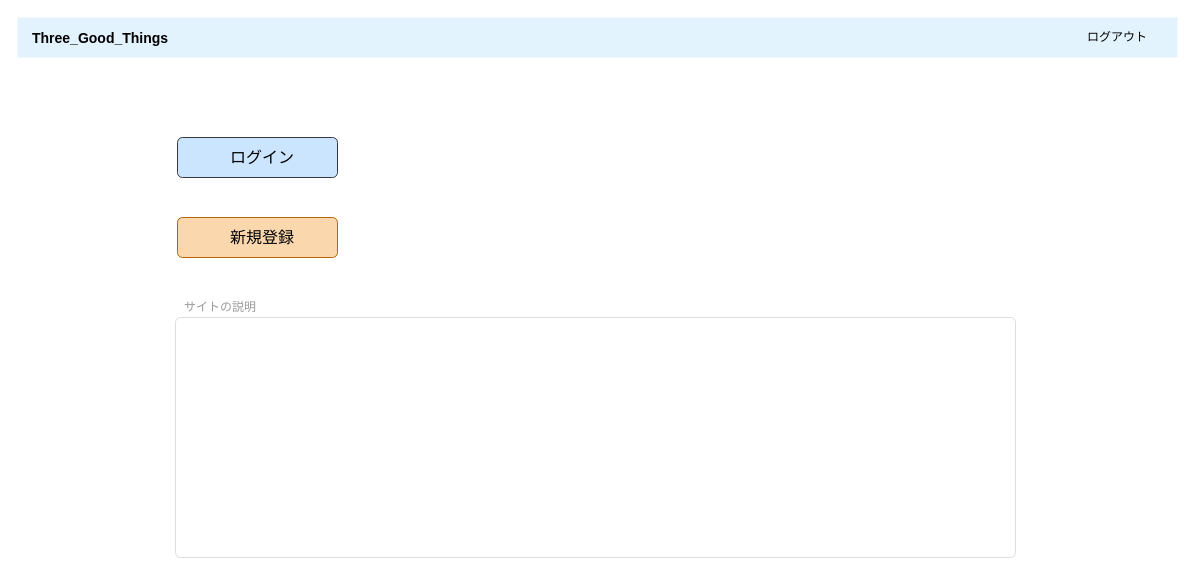
Above: page "トップページ" (1 of 5) of 名称未設定ファイル.drawio in omoikanelulu/Three_good_things (draw.io), before the change. Source tidied: cells renumbered, new cells numbered last; positions are measured from the earlier drawing's top-left corner, leaving out a move shared by most shapes. Both pictures are drawn from the tidied source at 100%, with x=0, y=0 at pixel (17, 17).
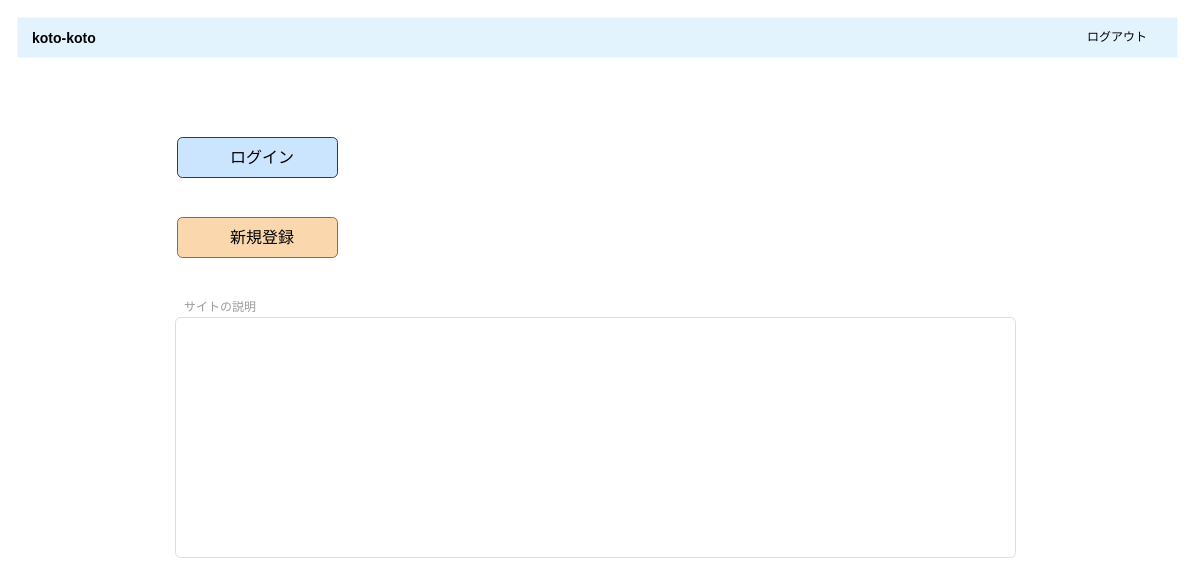
Above is the later version.

Commit message (it also covers changes not shown here):
koto-kotoに変更

What changed in the source:
```diff
@@
 <mxGraphModel background="#ffffff">
   <root>
     <mxCell id="0" />
     <mxCell id="1" parent="0" />
-    <mxCell id="2" value="&lt;b style=&quot;color: rgb(0, 0, 0); font-size: 14px; text-align: center;&quot;&gt;Three_Good_Things&lt;/b&gt;" style="html=1;shadow=0;dashed=0;fillColor=#E3F3FD;strokeColor=none;fontSize=16;fontColor=#161819;align=left;spacing=15;" parent="1" vertex="1">
+    <mxCell id="2" value="&lt;b style=&quot;color: rgb(0, 0, 0); font-size: 14px; text-align: center;&quot;&gt;koto-koto&lt;/b&gt;" style="html=1;shadow=0;dashed=0;fillColor=#E3F3FD;strokeColor=none;fontSize=16;fontColor=#161819;align=left;spacing=15;" parent="1" vertex="1">
       <mxGeometry width="1160" height="40" as="geometry" />
     </mxCell>
     <mxCell id="3" value="ログイン" style="html=1;shadow=0;dashed=0;shape=mxgraph.bootstrap.rrect;rSize=5;strokeColor=#36393d;align=center;spacingLeft=10;fontSize=16;whiteSpace=wrap;rounded=0;fillColor=#cce5ff;" parent="1" vertex="1">
       <mxGeometry x="160" y="120" width="160" height="40" as="geometry" />
     </mxCell>
     <mxCell id="4" value="新規登録" style="html=1;shadow=0;dashed=0;shape=mxgraph.bootstrap.rrect;rSize=5;strokeColor=#b46504;align=center;spacingLeft=10;fontSize=16;whiteSpace=wrap;rounded=0;fillColor=#fad7ac;" parent="1" vertex="1">
       <mxGeometry x="160" y="200" width="160" height="40" as="geometry" />
     </mxCell>
     <mxCell id="5" value="サイトの説明" style="html=1;shadow=0;dashed=0;shape=mxgraph.bootstrap.rect;strokeColor=none;fillColor=none;fontColor=#999999;align=left;spacingLeft=5;whiteSpace=wrap;rounded=0;" parent="1" vertex="1">
       <mxGeometry x="160" y="280" width="200" height="20" as="geometry" />
     </mxCell>
     <mxCell id="6" style="html=1;shadow=0;dashed=0;shape=mxgraph.bootstrap.rrect;rSize=5;fontSize=12;strokeColor=#dddddd;align=left;spacing=10;verticalAlign=top;whiteSpace=wrap;rounded=0;" parent="1" vertex="1">
       <mxGeometry x="158" y="300" width="840" height="240" as="geometry" />
     </mxCell>
     <mxCell id="7" value="ログアウト" style="html=1;shadow=0;dashed=0;fillColor=none;strokeColor=none;shape=mxgraph.bootstrap.rect;fontColor=#000000;whiteSpace=wrap;" parent="1" vertex="1">
       <mxGeometry x="1040" width="120" height="40" as="geometry" />
     </mxCell>
   </root>
 </mxGraphModel>
```
